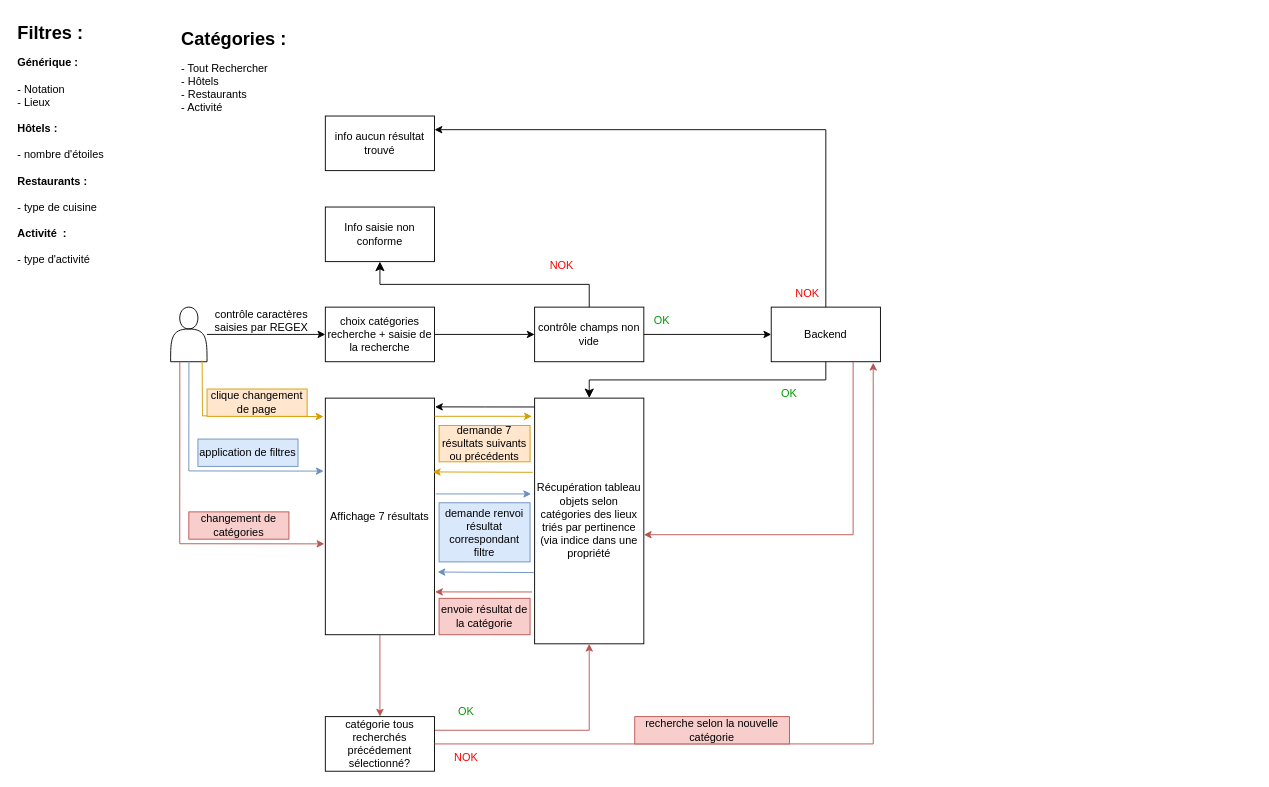
The draw.io diagram Schemas/search.drawio in Aurelien0192/FrenchTravel_FrontEnd, before the edit. Source tidied: cells renumbered, new cells numbered last; positions are measured from the earlier drawing's top-left corner, leaving out a move shared by most shapes. Both pictures are drawn from the tidied source at 91%, with x=0, y=0 at pixel (15, 15).
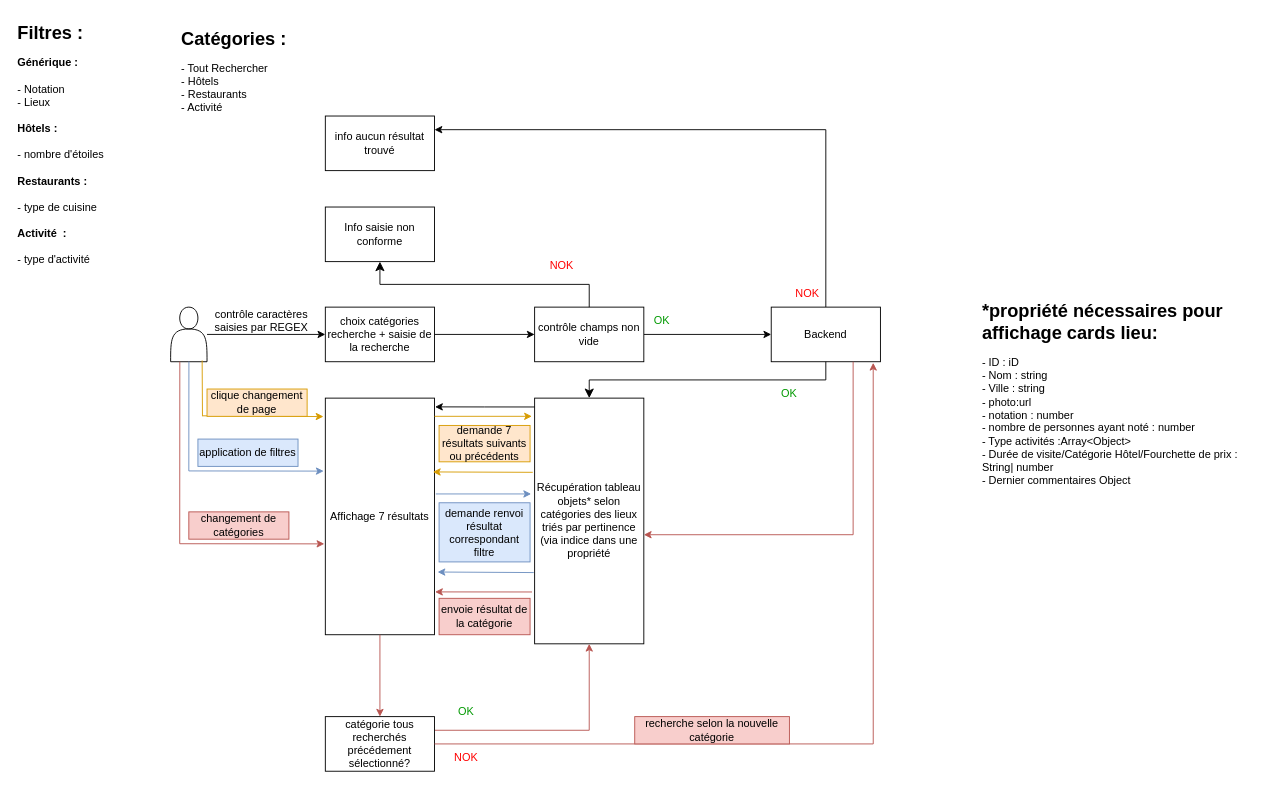
Above is the later version.

Commit message:
Mettre à jour search.drawio

Change to the diagram source:
```diff
@@
-    <mxCell id="15" value="Récupération tableau objets selon catégories des lieux triés par pertinence (via indice dans une propriété" style="rounded=0;whiteSpace=wrap;html=1;" parent="1" vertex="1">
+    <mxCell id="15" value="Récupération tableau objets* selon catégories des lieux triés par pertinence (via indice dans une propriété" style="rounded=0;whiteSpace=wrap;html=1;" parent="1" vertex="1">
       <mxGeometry x="570" y="420" width="120" height="270" as="geometry" />
     </mxCell>
@@
+    <mxCell id="49" value="&lt;b&gt;&lt;font style=&quot;font-size: 20px;&quot;&gt;*propriété nécessaires pour affichage cards lieu:&lt;/font&gt;&lt;/b&gt;&lt;div&gt;&lt;b&gt;&lt;br&gt;&lt;/b&gt;&lt;div&gt;&lt;span style=&quot;background-color: initial;&quot;&gt;- ID : iD&lt;/span&gt;&lt;/div&gt;&lt;div&gt;&lt;span style=&quot;background-color: initial;&quot;&gt;- Nom : string&lt;/span&gt;&lt;/div&gt;&lt;div&gt;&lt;span style=&quot;background-color: initial;&quot;&gt;- Ville : string&lt;/span&gt;&lt;br&gt;&lt;/div&gt;&lt;div&gt;&lt;span style=&quot;background-color: initial;&quot;&gt;- photo:url&lt;/span&gt;&lt;/div&gt;&lt;div&gt;&lt;span style=&quot;background-color: initial;&quot;&gt;- notation : number&lt;/span&gt;&lt;/div&gt;&lt;div&gt;&lt;span style=&quot;background-color: initial;&quot;&gt;- nombre de personnes ayant noté : number&lt;/span&gt;&lt;/div&gt;&lt;div&gt;- Type activités :Array&amp;lt;Object&amp;gt;&lt;/div&gt;&lt;div&gt;- Durée de visite/Catégorie Hôtel/Fourchette de prix : String| number&lt;/div&gt;&lt;/div&gt;&lt;div&gt;- Dernier commentaires Object&lt;/div&gt;" style="text;html=1;align=left;verticalAlign=top;whiteSpace=wrap;rounded=0;" parent="1" vertex="1">
+      <mxGeometry x="1060" y="305" width="300" height="225" as="geometry" />
+    </mxCell>
```
